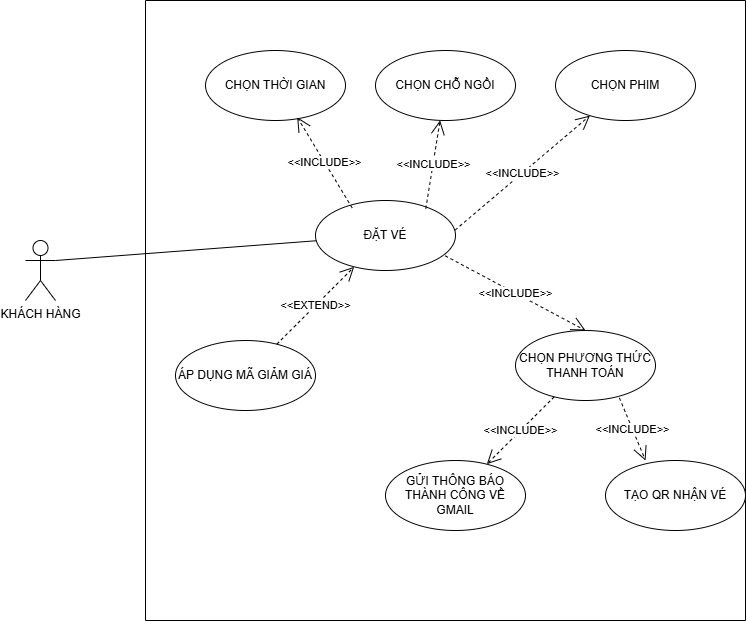
This is booking_function.drawio.png from LeQuan114/cinema_system, a draw.io export, as it was before one commit. Source tidied: cells renumbered, new cells last; positions are measured from the earlier drawing's top-left corner, leaving out a move shared by most shapes.
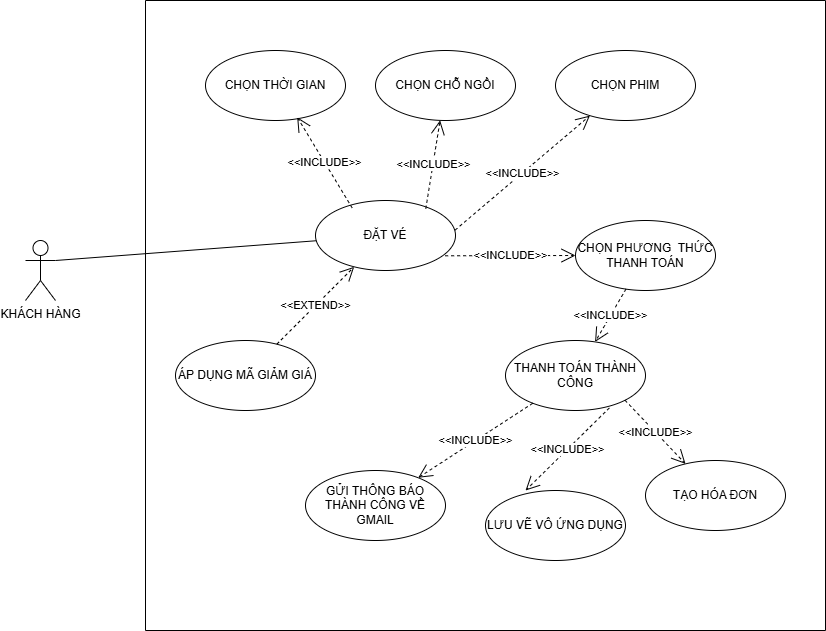
The same file after the commit.

What changed in the source:
```diff
@@ -3,7 +3,7 @@
     <mxCell id="0" />
     <mxCell id="1" parent="0" />
     <mxCell id="2" style="swimlane;startSize=0;" parent="1" vertex="1">
-      <mxGeometry x="120" width="600" height="620" as="geometry" />
+      <mxGeometry x="120" width="680" height="630" as="geometry" />
     </mxCell>
     <mxCell id="3" value="ĐẶT VÉ" style="ellipse;whiteSpace=wrap;html=1;" parent="2" vertex="1">
       <mxGeometry x="170" y="200" width="140" height="70" as="geometry" />
@@ -20,8 +20,8 @@
     <mxCell id="7" value="ÁP DỤNG MÃ GIẢM GIÁ" style="ellipse;whiteSpace=wrap;html=1;" parent="2" vertex="1">
       <mxGeometry x="30" y="340" width="140" height="70" as="geometry" />
     </mxCell>
-    <mxCell id="8" value="CHỌN PHƯƠNG THỨC THANH TOÁN" style="ellipse;whiteSpace=wrap;html=1;" parent="2" vertex="1">
-      <mxGeometry x="370" y="330" width="140" height="70" as="geometry" />
+    <mxCell id="8" value="THANH TOÁN THÀNH CÔNG" style="ellipse;whiteSpace=wrap;html=1;" parent="2" vertex="1">
+      <mxGeometry x="360" y="340" width="140" height="70" as="geometry" />
     </mxCell>
     <mxCell id="9" value="&amp;lt;&amp;lt;INCLUDE&amp;gt;&amp;gt;" style="endArrow=open;endSize=12;dashed=1;html=1;rounded=0;entryX=0.655;entryY=0.953;entryDx=0;entryDy=0;entryPerimeter=0;exitX=0.262;exitY=0.106;exitDx=0;exitDy=0;exitPerimeter=0;" parent="2" edge="1" source="3" target="4">
       <mxGeometry relative="1" as="geometry" />
@@ -35,14 +35,11 @@
     <mxCell id="12" value="&amp;lt;&amp;lt;EXTEND&amp;gt;&amp;gt;" style="endArrow=open;endSize=12;dashed=1;html=1;rounded=0;" parent="2" edge="1" source="7" target="3">
       <mxGeometry relative="1" as="geometry" />
     </mxCell>
-    <mxCell id="13" value="&amp;lt;&amp;lt;INCLUDE&amp;gt;&amp;gt;" style="endArrow=open;endSize=12;dashed=1;html=1;rounded=0;exitX=0.926;exitY=0.79;exitDx=0;exitDy=0;exitPerimeter=0;entryX=0.5;entryY=0;entryDx=0;entryDy=0;" parent="2" edge="1" source="3" target="8">
-      <mxGeometry relative="1" as="geometry" />
-    </mxCell>
     <mxCell id="14" value="GỬI THÔNG BÁO THÀNH CÔNG VỀ GMAIL" style="ellipse;whiteSpace=wrap;html=1;" parent="2" vertex="1">
-      <mxGeometry x="240" y="460" width="140" height="70" as="geometry" />
+      <mxGeometry x="160" y="470" width="140" height="70" as="geometry" />
     </mxCell>
-    <mxCell id="15" value="TẠO QR NHẬN VÉ" style="ellipse;whiteSpace=wrap;html=1;" parent="2" vertex="1">
-      <mxGeometry x="460" y="460" width="140" height="70" as="geometry" />
+    <mxCell id="15" value="LƯU VẼ VÔ ỨNG DỤNG" style="ellipse;whiteSpace=wrap;html=1;" parent="2" vertex="1">
+      <mxGeometry x="340" y="490" width="140" height="70" as="geometry" />
     </mxCell>
     <mxCell id="16" value="&amp;lt;&amp;lt;INCLUDE&amp;gt;&amp;gt;" style="endArrow=open;endSize=12;dashed=1;html=1;rounded=0;" parent="2" edge="1" source="8" target="14">
       <mxGeometry relative="1" as="geometry" />
@@ -50,6 +47,21 @@
     <mxCell id="17" value="&amp;lt;&amp;lt;INCLUDE&amp;gt;&amp;gt;" style="endArrow=open;endSize=12;dashed=1;html=1;rounded=0;exitX=0.742;exitY=0.963;exitDx=0;exitDy=0;exitPerimeter=0;entryX=0.286;entryY=0;entryDx=0;entryDy=0;entryPerimeter=0;" parent="2" edge="1" source="8" target="15">
       <mxGeometry relative="1" as="geometry" />
     </mxCell>
+    <mxCell id="20" value="CHỌN PHƯƠNG&amp;nbsp; THỨC THANH TOÁN" style="ellipse;whiteSpace=wrap;html=1;" parent="2" vertex="1">
+      <mxGeometry x="430" y="220" width="140" height="70" as="geometry" />
+    </mxCell>
+    <mxCell id="13" value="&amp;lt;&amp;lt;INCLUDE&amp;gt;&amp;gt;" style="endArrow=open;endSize=12;dashed=1;html=1;rounded=0;exitX=0.926;exitY=0.79;exitDx=0;exitDy=0;exitPerimeter=0;" parent="2" edge="1" source="3" target="20">
+      <mxGeometry relative="1" as="geometry" />
+    </mxCell>
+    <mxCell id="21" value="&amp;lt;&amp;lt;INCLUDE&amp;gt;&amp;gt;" style="endArrow=open;endSize=12;dashed=1;html=1;rounded=0;" parent="2" edge="1" source="20" target="8">
+      <mxGeometry relative="1" as="geometry" />
+    </mxCell>
+    <mxCell id="22" value="TẠO HÓA ĐƠN" style="ellipse;whiteSpace=wrap;html=1;" parent="2" vertex="1">
+      <mxGeometry x="500" y="460" width="140" height="70" as="geometry" />
+    </mxCell>
+    <mxCell id="23" value="&amp;lt;&amp;lt;INCLUDE&amp;gt;&amp;gt;" style="endArrow=open;endSize=12;dashed=1;html=1;rounded=0;exitX=1;exitY=1;exitDx=0;exitDy=0;" parent="2" edge="1" source="8" target="22">
+      <mxGeometry relative="1" as="geometry" />
+    </mxCell>
     <mxCell id="18" value="KHÁCH HÀNG" style="shape=umlActor;verticalLabelPosition=bottom;verticalAlign=top;html=1;outlineConnect=0;" parent="1" vertex="1">
       <mxGeometry y="240" width="30" height="60" as="geometry" />
     </mxCell>
```
